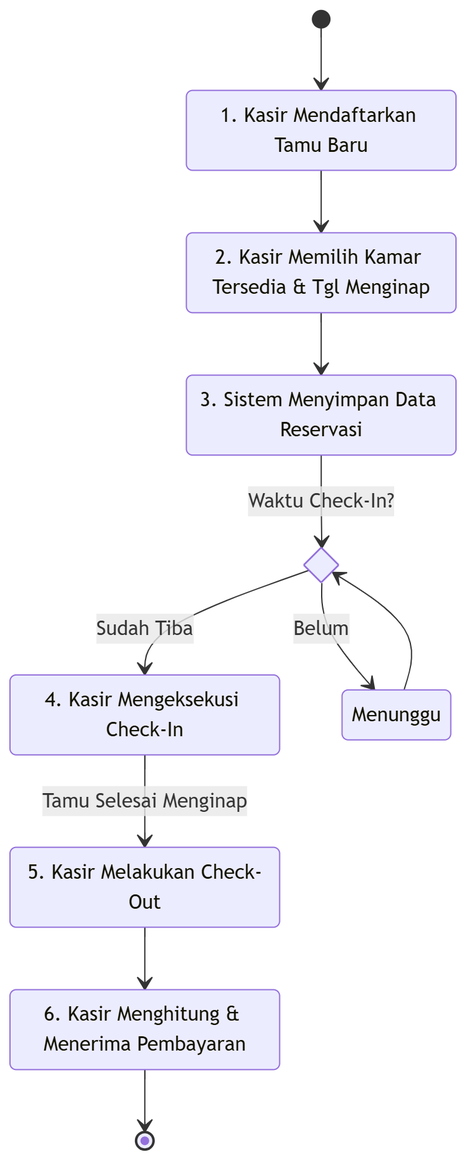
Earlier version of the Mermaid export UML_Diagrams/activity.png (Rynfrl/HotelReservation). Its source is kept beside it as UML_Diagrams/activity.mmd. Source of this version:
```mermaid
stateDiagram-v2
    [*] --> InputDataTamu

    InputDataTamu : 1. Kasir Mendaftarkan Tamu Baru
    InputDataTamu --> PilihKamar

    PilihKamar : 2. Kasir Memilih Kamar Tersedia & Tgl Menginap
    PilihKamar --> SimpanReservasi

    SimpanReservasi : 3. Sistem Menyimpan Data Reservasi

    state is_checkin <<choice>>
    SimpanReservasi --> is_checkin : Waktu Check-In?

    is_checkin --> ProsesCheckIn : Sudah Tiba
    is_checkin --> Menunggu : Belum
    Menunggu --> is_checkin

    ProsesCheckIn : 4. Kasir Mengeksekusi Check-In
    ProsesCheckIn --> ProsesCheckOut : Tamu Selesai Menginap

    ProsesCheckOut : 5. Kasir Melakukan Check-Out
    ProsesCheckOut --> Pembayaran

    Pembayaran : 6. Kasir Menghitung & Menerima Pembayaran
    Pembayaran --> [*]
```
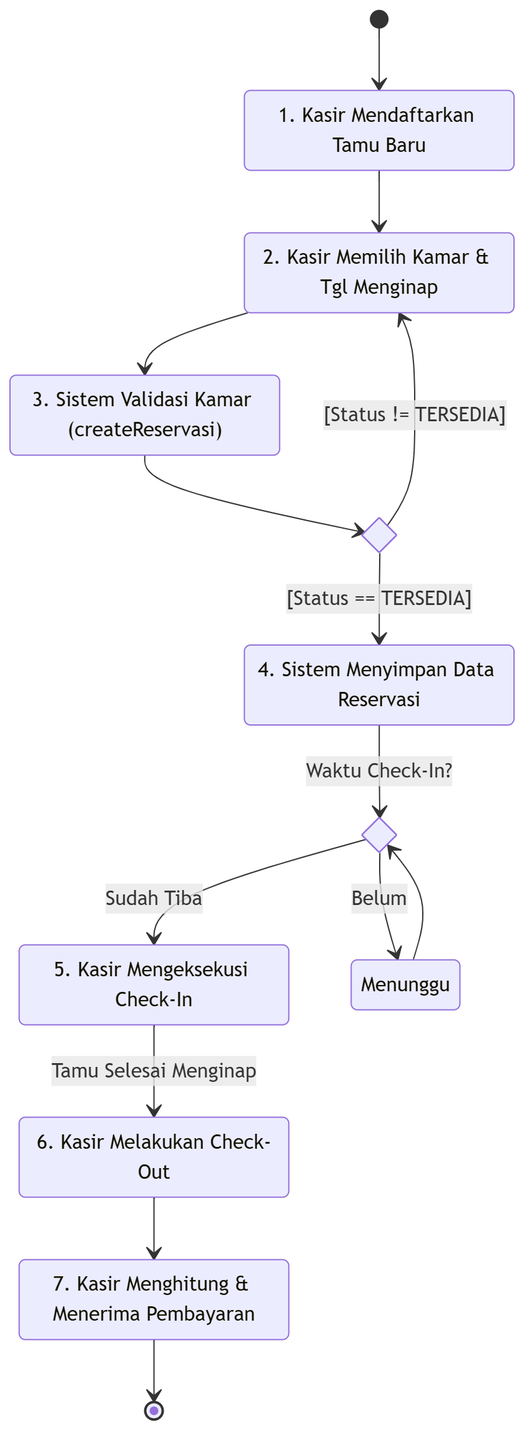
The same file after the commit.

Diff of the diagram source:
```diff
@@ -4,10 +4,17 @@
     InputDataTamu : 1. Kasir Mendaftarkan Tamu Baru
     InputDataTamu --> PilihKamar
 
-    PilihKamar : 2. Kasir Memilih Kamar Tersedia & Tgl Menginap
-    PilihKamar --> SimpanReservasi
+    PilihKamar : 2. Kasir Memilih Kamar & Tgl Menginap
+    PilihKamar --> ValidasiKamar
 
-    SimpanReservasi : 3. Sistem Menyimpan Data Reservasi
+    ValidasiKamar : 3. Sistem Validasi Kamar (createReservasi)
+    state is_kamar_tersedia <<choice>>
+    ValidasiKamar --> is_kamar_tersedia
+
+    is_kamar_tersedia --> SimpanReservasi : [Status == TERSEDIA]
+    is_kamar_tersedia --> PilihKamar : [Status != TERSEDIA]
+
+    SimpanReservasi : 4. Sistem Menyimpan Data Reservasi
 
     state is_checkin <<choice>>
     SimpanReservasi --> is_checkin : Waktu Check-In?
@@ -16,11 +23,11 @@
     is_checkin --> Menunggu : Belum
     Menunggu --> is_checkin
 
-    ProsesCheckIn : 4. Kasir Mengeksekusi Check-In
+    ProsesCheckIn : 5. Kasir Mengeksekusi Check-In
     ProsesCheckIn --> ProsesCheckOut : Tamu Selesai Menginap
 
-    ProsesCheckOut : 5. Kasir Melakukan Check-Out
+    ProsesCheckOut : 6. Kasir Melakukan Check-Out
     ProsesCheckOut --> Pembayaran
 
-    Pembayaran : 6. Kasir Menghitung & Menerima Pembayaran
+    Pembayaran : 7. Kasir Menghitung & Menerima Pembayaran
     Pembayaran --> [*]
```
